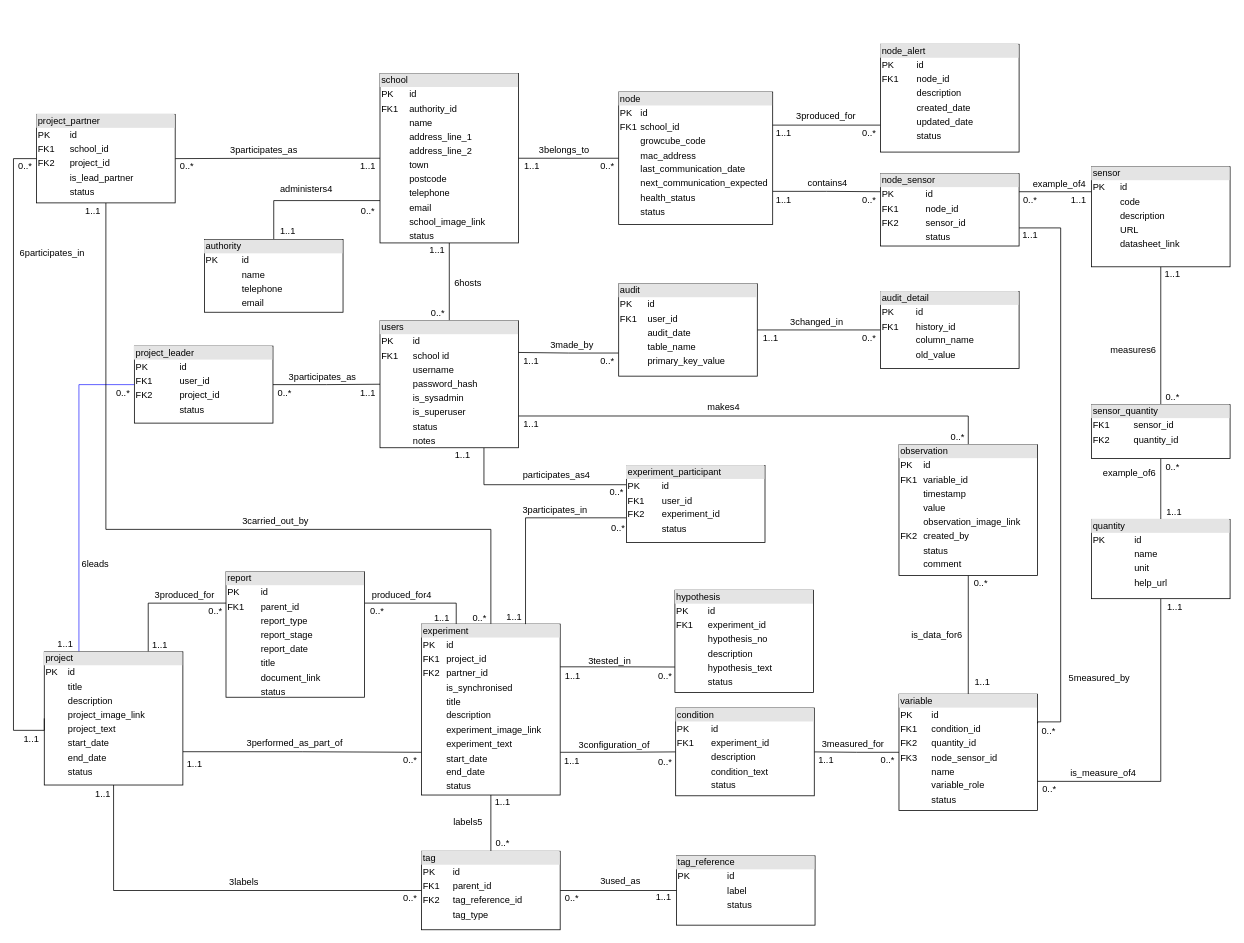
This is Documentation/ER diagram dandelion.drawio from Dandelion-dev-team/dandelion, a draw.io file, before an edit. Source tidied: cells renumbered, new cells numbered last; positions are measured from the earlier drawing's top-left corner, leaving out a move shared by most shapes. Both pictures are drawn from the tidied source at 77%, with x=0, y=0 at pixel (13, 44).
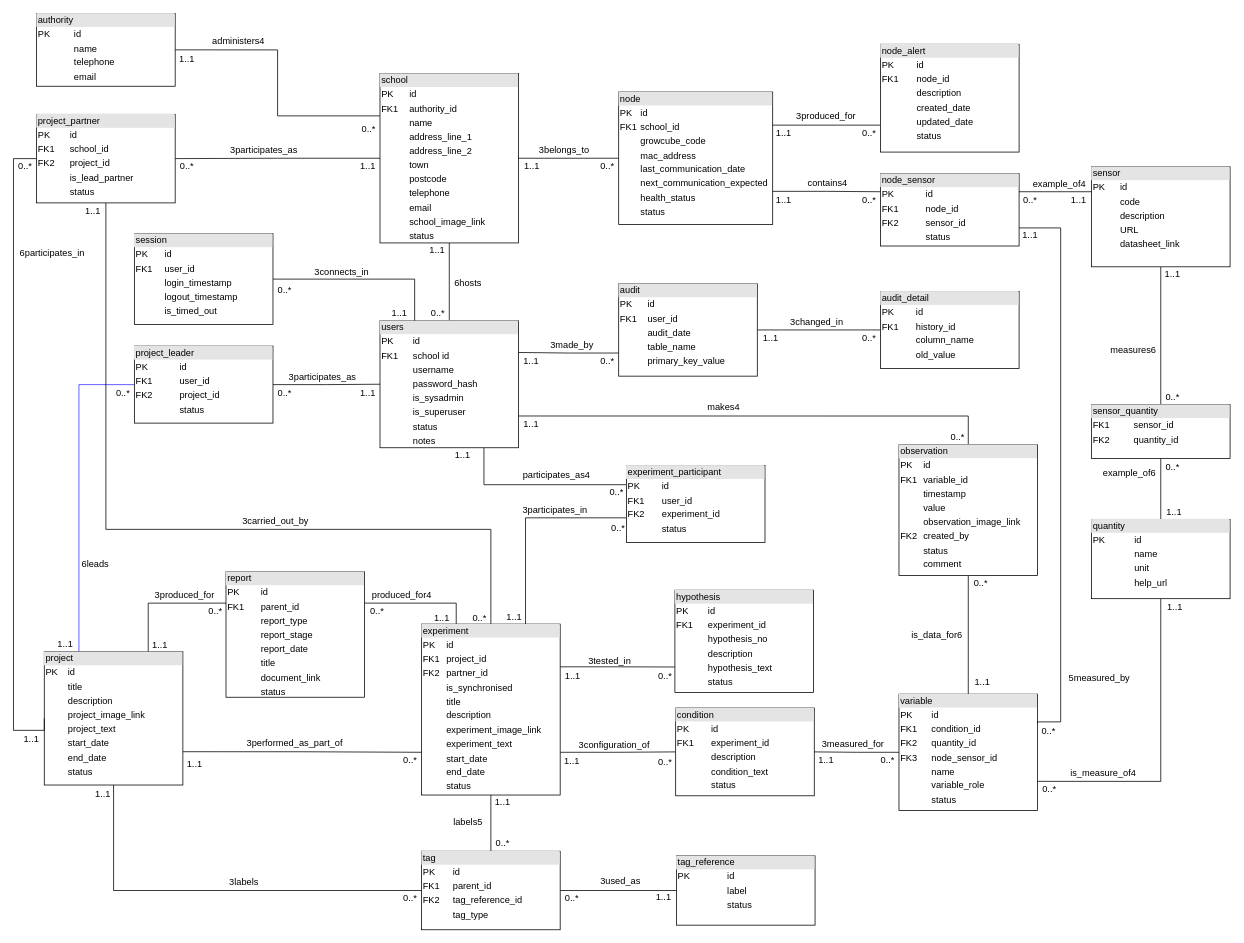
The same page after the edit.

Commit message:
Update ER diagram - added session table

The change refers to these unchanged cells:
```xml
<mxCell id="4" value="&lt;div style=&quot;box-sizing: border-box ; width: 100% ; background: #e4e4e4 ; padding: 2px&quot;&gt;school&lt;/div&gt;&lt;table style=&quot;width: 100% ; font-size: 1em&quot; cellpadding=&quot;2&quot; cellspacing=&quot;0&quot;&gt;&lt;tbody&gt;&lt;tr&gt;&lt;td&gt;PK&lt;/td&gt;&lt;td&gt;id&lt;/td&gt;&lt;/tr&gt;&lt;tr&gt;&lt;td&gt;FK1&lt;/td&gt;&lt;td&gt;authority_id&lt;/td&gt;&lt;/tr&gt;&lt;tr&gt;&lt;td&gt;&lt;br&gt;&lt;/td&gt;&lt;td&gt;name&lt;/td&gt;&lt;/tr&gt;&lt;tr&gt;&lt;td&gt;&lt;/td&gt;&lt;td&gt;address_line_1&lt;/td&gt;&lt;/tr&gt;&lt;tr&gt;&lt;td&gt;&lt;br&gt;&lt;/td&gt;&lt;td&gt;address_line_2&lt;/td&gt;&lt;/tr&gt;&lt;tr&gt;&lt;td&gt;&lt;br&gt;&lt;/td&gt;&lt;td&gt;town&lt;/td&gt;&lt;/tr&gt;&lt;tr&gt;&lt;td&gt;&lt;br&gt;&lt;/td&gt;&lt;td&gt;postcode&lt;/td&gt;&lt;/tr&gt;&lt;tr&gt;&lt;td&gt;&lt;br&gt;&lt;/td&gt;&lt;td&gt;telephone&lt;/td&gt;&lt;/tr&gt;&lt;tr&gt;&lt;td&gt;&lt;br&gt;&lt;/td&gt;&lt;td&gt;email&lt;/td&gt;&lt;/tr&gt;&lt;tr&gt;&lt;td&gt;&lt;br&gt;&lt;/td&gt;&lt;td&gt;school_image_link&lt;/td&gt;&lt;/tr&gt;&lt;tr&gt;&lt;td&gt;&lt;br&gt;&lt;/td&gt;&lt;td&gt;status&lt;/td&gt;&lt;/tr&gt;&lt;/tbody&gt;&lt;/table&gt;" style="verticalAlign=top;align=left;overflow=fill;html=1;" parent="1" vertex="1">
  <mxGeometry x="476" y="38" width="180" height="220" as="geometry" />
</mxCell>
<mxCell id="6" value="&lt;div style=&quot;box-sizing: border-box ; width: 100% ; background: #e4e4e4 ; padding: 2px&quot;&gt;users&lt;/div&gt;&lt;table style=&quot;width: 100% ; font-size: 1em&quot; cellpadding=&quot;2&quot; cellspacing=&quot;0&quot;&gt;&lt;tbody&gt;&lt;tr&gt;&lt;td&gt;PK&lt;/td&gt;&lt;td&gt;id&lt;/td&gt;&lt;/tr&gt;&lt;tr&gt;&lt;td&gt;FK1&lt;/td&gt;&lt;td&gt;school id&lt;/td&gt;&lt;/tr&gt;&lt;tr&gt;&lt;td&gt;&lt;/td&gt;&lt;td&gt;username&lt;/td&gt;&lt;/tr&gt;&lt;tr&gt;&lt;td&gt;&lt;br&gt;&lt;/td&gt;&lt;td&gt;password_hash&lt;/td&gt;&lt;/tr&gt;&lt;tr&gt;&lt;td&gt;&lt;br&gt;&lt;/td&gt;&lt;td&gt;is_sysadmin&lt;/td&gt;&lt;/tr&gt;&lt;tr&gt;&lt;td&gt;&lt;br&gt;&lt;/td&gt;&lt;td&gt;is_superuser&lt;br&gt;&lt;/td&gt;&lt;/tr&gt;&lt;tr&gt;&lt;td&gt;&lt;br&gt;&lt;/td&gt;&lt;td&gt;status&lt;/td&gt;&lt;/tr&gt;&lt;tr&gt;&lt;td&gt;&lt;br&gt;&lt;/td&gt;&lt;td&gt;notes&lt;/td&gt;&lt;/tr&gt;&lt;/tbody&gt;&lt;/table&gt;" style="verticalAlign=top;align=left;overflow=fill;html=1;" parent="1" vertex="1">
  <mxGeometry x="476" y="359" width="180" height="165" as="geometry" />
</mxCell>
```

The edit, as a diff of the source:
```diff
@@
-    <mxCell id="122" style="edgeStyle=orthogonalEdgeStyle;rounded=0;jettySize=auto;html=1;entryX=0;entryY=0.75;entryDx=0;entryDy=0;exitX=0.5;exitY=0;exitDx=0;exitDy=0;endArrow=none;endFill=0;" parent="1" edge="1" source="123" target="4">
+    <mxCell id="122" style="edgeStyle=orthogonalEdgeStyle;rounded=0;jettySize=auto;html=1;entryX=0;entryY=0.25;entryDx=0;entryDy=0;exitX=1;exitY=0.5;exitDx=0;exitDy=0;endArrow=none;endFill=0;" parent="1" edge="1" source="123" target="4">
       <mxGeometry relative="1" as="geometry" />
     </mxCell>
     <mxCell id="123" value="&lt;div style=&quot;box-sizing: border-box ; width: 100% ; background: #e4e4e4 ; padding: 2px&quot;&gt;authority&lt;/div&gt;&lt;table style=&quot;width: 100% ; font-size: 1em&quot; cellpadding=&quot;2&quot; cellspacing=&quot;0&quot;&gt;&lt;tbody&gt;&lt;tr&gt;&lt;td&gt;PK&lt;/td&gt;&lt;td&gt;id&lt;/td&gt;&lt;/tr&gt;&lt;tr&gt;&lt;td&gt;&lt;br&gt;&lt;/td&gt;&lt;td&gt;name&lt;/td&gt;&lt;/tr&gt;&lt;tr&gt;&lt;td&gt;&lt;/td&gt;&lt;td&gt;telephone&lt;/td&gt;&lt;/tr&gt;&lt;tr&gt;&lt;td&gt;&lt;br&gt;&lt;/td&gt;&lt;td&gt;email&lt;/td&gt;&lt;/tr&gt;&lt;/tbody&gt;&lt;/table&gt;" style="verticalAlign=top;align=left;overflow=fill;html=1;" parent="1" vertex="1">
-      <mxGeometry x="248" y="253.5" width="180" height="94.5" as="geometry" />
+      <mxGeometry x="30" y="-40" width="180" height="94.5" as="geometry" />
     </mxCell>
     <mxCell id="124" value="0..*" style="text;html=1;align=center;verticalAlign=middle;strokeColor=none;fillColor=none;" parent="1" vertex="1">
-      <mxGeometry x="445" y="207" width="30" height="20" as="geometry" />
+      <mxGeometry x="446" y="100" width="30" height="20" as="geometry" />
     </mxCell>
     <mxCell id="125" value="1..1" style="text;html=1;align=center;verticalAlign=middle;strokeColor=none;fillColor=none;" parent="1" vertex="1">
-      <mxGeometry x="336" y="233" width="40" height="20" as="geometry" />
+      <mxGeometry x="205" y="10" width="40" height="20" as="geometry" />
     </mxCell>
     <mxCell id="126" value="administers&lt;font face=&quot;webdings&quot;&gt;4&lt;/font&gt;" style="text;html=1;align=center;verticalAlign=middle;strokeColor=none;fillColor=none;" parent="1" vertex="1">
-      <mxGeometry x="335" y="178" width="90" height="20" as="geometry" />
+      <mxGeometry x="247" y="-14" width="90" height="20" as="geometry" />
     </mxCell>
@@
+    <mxCell id="145" style="edgeStyle=orthogonalEdgeStyle;rounded=0;jettySize=auto;html=1;entryX=0.25;entryY=0;entryDx=0;entryDy=0;endArrow=none;endFill=0;" parent="1" edge="1" source="146" target="6">
+      <mxGeometry relative="1" as="geometry" />
+    </mxCell>
+    <mxCell id="146" value="&lt;div style=&quot;box-sizing: border-box ; width: 100% ; background: #e4e4e4 ; padding: 2px&quot;&gt;session&lt;/div&gt;&lt;table style=&quot;width: 100% ; font-size: 1em&quot; cellpadding=&quot;2&quot; cellspacing=&quot;0&quot;&gt;&lt;tbody&gt;&lt;tr&gt;&lt;td&gt;PK&lt;/td&gt;&lt;td&gt;id&lt;/td&gt;&lt;/tr&gt;&lt;tr&gt;&lt;td&gt;FK1&lt;/td&gt;&lt;td&gt;user_id&lt;/td&gt;&lt;/tr&gt;&lt;tr&gt;&lt;td&gt;&lt;/td&gt;&lt;td&gt;login_timestamp&lt;/td&gt;&lt;/tr&gt;&lt;tr&gt;&lt;td&gt;&lt;br&gt;&lt;/td&gt;&lt;td&gt;logout_timestamp&lt;/td&gt;&lt;/tr&gt;&lt;tr&gt;&lt;td&gt;&lt;br&gt;&lt;/td&gt;&lt;td&gt;is_timed_out&lt;/td&gt;&lt;/tr&gt;&lt;/tbody&gt;&lt;/table&gt;" style="verticalAlign=top;align=left;overflow=fill;html=1;" parent="1" vertex="1">
+      <mxGeometry x="157" y="246" width="180" height="118" as="geometry" />
+    </mxCell>
+    <mxCell id="147" value="0..*" style="text;html=1;align=center;verticalAlign=middle;strokeColor=none;fillColor=none;" parent="1" vertex="1">
+      <mxGeometry x="337" y="309" width="30" height="20" as="geometry" />
+    </mxCell>
+    <mxCell id="148" value="1..1" style="text;html=1;align=center;verticalAlign=middle;strokeColor=none;fillColor=none;" parent="1" vertex="1">
+      <mxGeometry x="481" y="340" width="40" height="20" as="geometry" />
+    </mxCell>
+    <mxCell id="149" value="&lt;font face=&quot;webdings&quot;&gt;3&lt;/font&gt;connects_in" style="text;html=1;align=center;verticalAlign=middle;strokeColor=none;fillColor=none;" parent="1" vertex="1">
+      <mxGeometry x="381" y="286" width="90" height="20" as="geometry" />
+    </mxCell>
```
